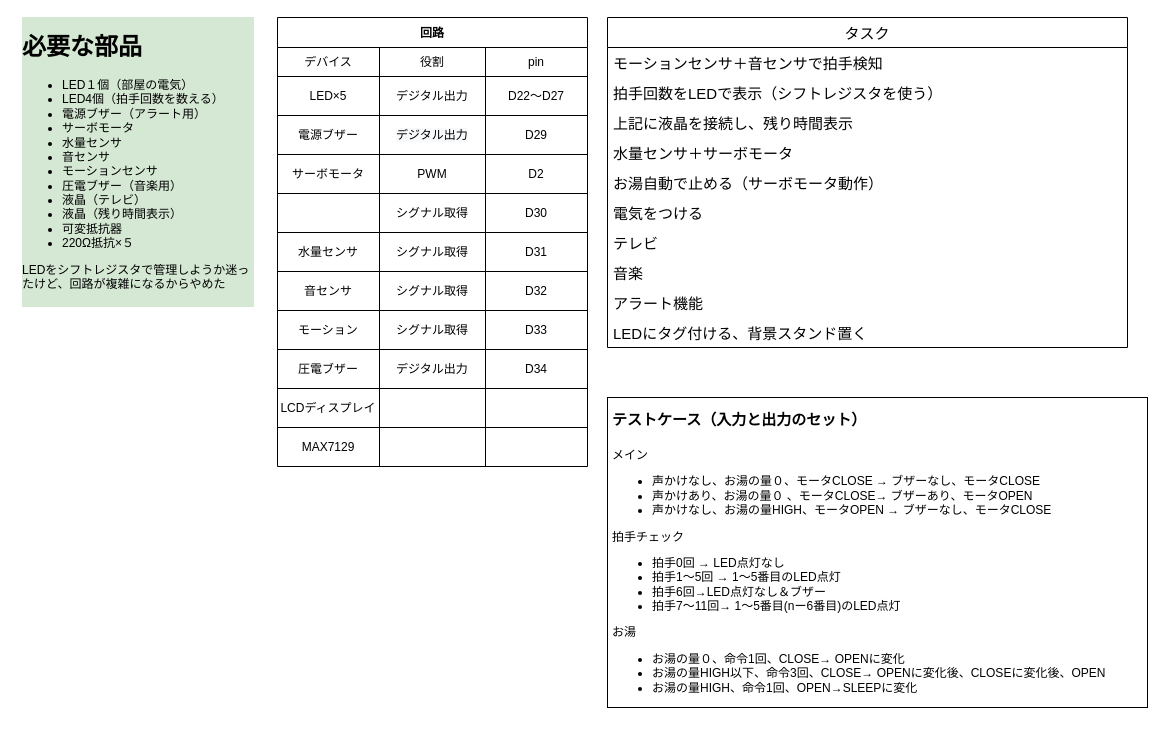
Above: page "Memo" (3 of 4) of SmartBath.drawio in AK-8420/documents_2021_Arduino_arch (draw.io), before the change. Source tidied: cells renumbered, new cells numbered last; positions are measured from the earlier drawing's top-left corner, leaving out a move shared by most shapes. Both pictures are drawn from the tidied source at 100%, with x=0, y=0 at pixel (17, 17).
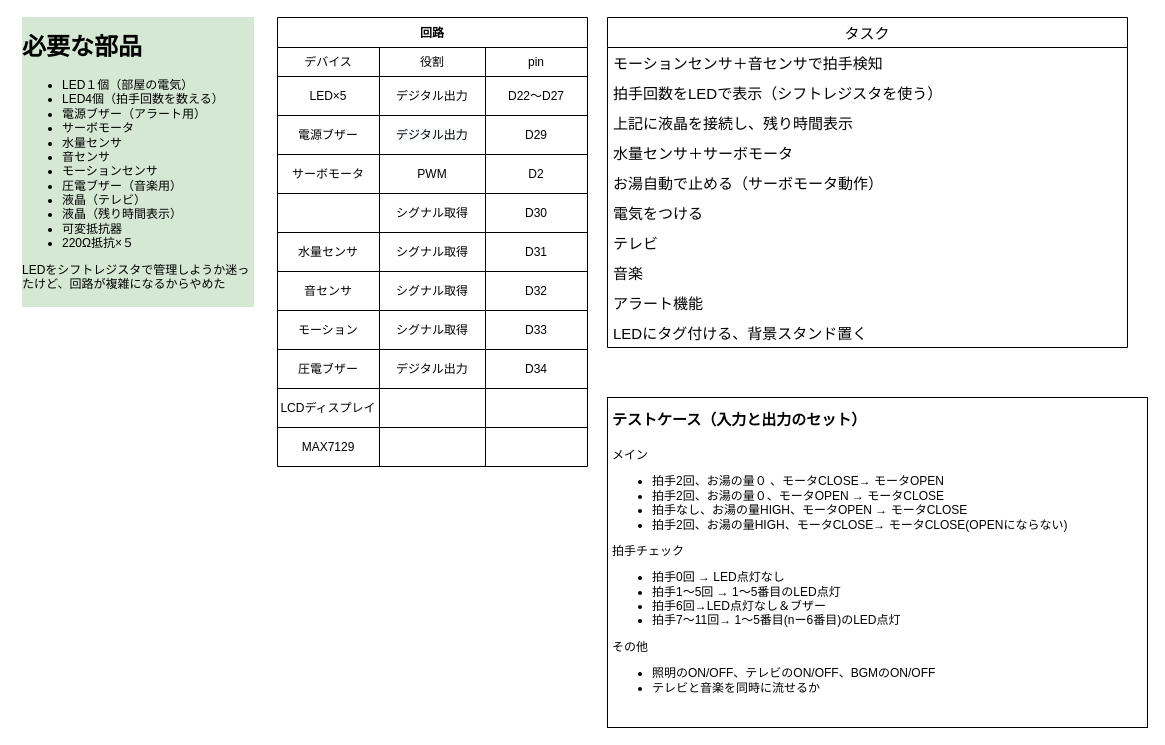
The same page after the edit.

Change to the diagram source:
```diff
@@
-    <mxCell id="59" value="&lt;h1&gt;&lt;font color=&quot;#000000&quot; style=&quot;font-size: 15px&quot;&gt;テストケース（入力と出力のセット）&lt;/font&gt;&lt;/h1&gt;&lt;p&gt;&lt;font color=&quot;#000000&quot;&gt;メイン&lt;/font&gt;&lt;/p&gt;&lt;p&gt;&lt;/p&gt;&lt;ul&gt;&lt;li&gt;&lt;font color=&quot;#000000&quot;&gt;声かけなし、お湯の量０、モータCLOSE&amp;nbsp;→ ブザーなし、モータCLOSE&lt;/font&gt;&lt;/li&gt;&lt;li&gt;&lt;font color=&quot;#000000&quot;&gt;声かけあり、お湯の量０ 、モータCLOSE→ ブザーあり、モータOPEN&lt;/font&gt;&lt;/li&gt;&lt;li&gt;&lt;font color=&quot;#000000&quot;&gt;声かけなし、お湯の量HIGH、モータOPEN&amp;nbsp;→ ブザーなし、モータCLOSE&lt;/font&gt;&lt;/li&gt;&lt;/ul&gt;&lt;div&gt;&lt;font color=&quot;#000000&quot;&gt;拍手チェック&lt;/font&gt;&lt;/div&gt;&lt;div&gt;&lt;ul&gt;&lt;li&gt;&lt;font color=&quot;#000000&quot;&gt;拍手0回 → LED点灯なし&lt;/font&gt;&lt;/li&gt;&lt;li&gt;&lt;font color=&quot;#000000&quot;&gt;拍手1～5回 → 1～5番目のLED点灯&lt;/font&gt;&lt;/li&gt;&lt;li&gt;&lt;font color=&quot;#000000&quot;&gt;拍手6回→LED点灯なし＆ブザー&lt;/font&gt;&lt;/li&gt;&lt;li&gt;&lt;font color=&quot;#000000&quot;&gt;拍手7～11回→&amp;nbsp;1～5番目(nー6番目)のLED点灯&lt;/font&gt;&lt;/li&gt;&lt;/ul&gt;&lt;div&gt;&lt;font color=&quot;#000000&quot;&gt;お湯&lt;/font&gt;&lt;/div&gt;&lt;/div&gt;&lt;div&gt;&lt;ul&gt;&lt;li&gt;&lt;font color=&quot;#000000&quot;&gt;お湯の量０、命令1回、CLOSE→ OPENに変化&lt;/font&gt;&lt;/li&gt;&lt;li&gt;&lt;font color=&quot;#000000&quot;&gt;お湯の量HIGH以下、命令3回、CLOSE→ OPENに変化後、CLOSEに変化後、OPEN&lt;/font&gt;&lt;/li&gt;&lt;li&gt;&lt;font color=&quot;#000000&quot;&gt;お湯の量HIGH、命令1回、OPEN→SLEEPに変化&amp;nbsp;&lt;/font&gt;&lt;br&gt;&lt;/li&gt;&lt;/ul&gt;&lt;/div&gt;&lt;p&gt;&lt;/p&gt;" style="text;html=1;spacing=5;spacingTop=-20;whiteSpace=wrap;overflow=hidden;rounded=0;strokeColor=default;" parent="1" vertex="1">
-      <mxGeometry x="590" y="380" width="540" height="310" as="geometry" />
+    <mxCell id="59" value="&lt;h1&gt;&lt;font color=&quot;#000000&quot; style=&quot;font-size: 15px&quot;&gt;テストケース（入力と出力のセット）&lt;/font&gt;&lt;/h1&gt;&lt;p&gt;&lt;font color=&quot;#000000&quot;&gt;メイン&lt;/font&gt;&lt;/p&gt;&lt;ul&gt;&lt;li&gt;&lt;font color=&quot;#000000&quot;&gt;拍手2回、お湯の量０ 、モータCLOSE→ モータOPEN&lt;/font&gt;&lt;/li&gt;&lt;li&gt;&lt;font color=&quot;#000000&quot;&gt;拍手2回、お湯の量０、モータOPEN&amp;nbsp;→ モータCLOSE&lt;/font&gt;&lt;/li&gt;&lt;li&gt;&lt;font color=&quot;#000000&quot;&gt;拍手なし、お湯の量HIGH、モータOPEN&amp;nbsp;→ モータCLOSE&lt;/font&gt;&lt;/li&gt;&lt;li&gt;&lt;font color=&quot;#000000&quot;&gt;拍手2回、お湯の量HIGH、モータCLOSE→ モータCLOSE(OPENにならない)&lt;/font&gt;&lt;/li&gt;&lt;/ul&gt;&lt;div&gt;&lt;font color=&quot;#000000&quot;&gt;拍手チェック&lt;/font&gt;&lt;/div&gt;&lt;div&gt;&lt;ul&gt;&lt;li&gt;&lt;font color=&quot;#000000&quot;&gt;拍手0回 → LED点灯なし&lt;/font&gt;&lt;/li&gt;&lt;li&gt;&lt;font color=&quot;#000000&quot;&gt;拍手1～5回 → 1～5番目のLED点灯&lt;/font&gt;&lt;/li&gt;&lt;li&gt;&lt;font color=&quot;#000000&quot;&gt;拍手6回→LED点灯なし＆ブザー&lt;/font&gt;&lt;/li&gt;&lt;li&gt;&lt;font color=&quot;#000000&quot;&gt;拍手7～11回→&amp;nbsp;1～5番目(nー6番目)のLED点灯&lt;/font&gt;&lt;/li&gt;&lt;/ul&gt;&lt;div&gt;&lt;font color=&quot;#000000&quot;&gt;その他&lt;/font&gt;&lt;/div&gt;&lt;/div&gt;&lt;div&gt;&lt;ul&gt;&lt;li&gt;&lt;span&gt;照明のON/OFF、テレビのON/OFF、BGMのON/OFF&amp;nbsp;&lt;/span&gt;&lt;br&gt;&lt;/li&gt;&lt;li&gt;&lt;span&gt;テレビと音楽を同時に流せるか&lt;/span&gt;&lt;/li&gt;&lt;/ul&gt;&lt;/div&gt;&lt;p&gt;&lt;/p&gt;" style="text;html=1;spacing=5;spacingTop=-20;whiteSpace=wrap;overflow=hidden;rounded=0;strokeColor=default;" parent="1" vertex="1">
+      <mxGeometry x="590" y="380" width="540" height="330" as="geometry" />
     </mxCell>
```
